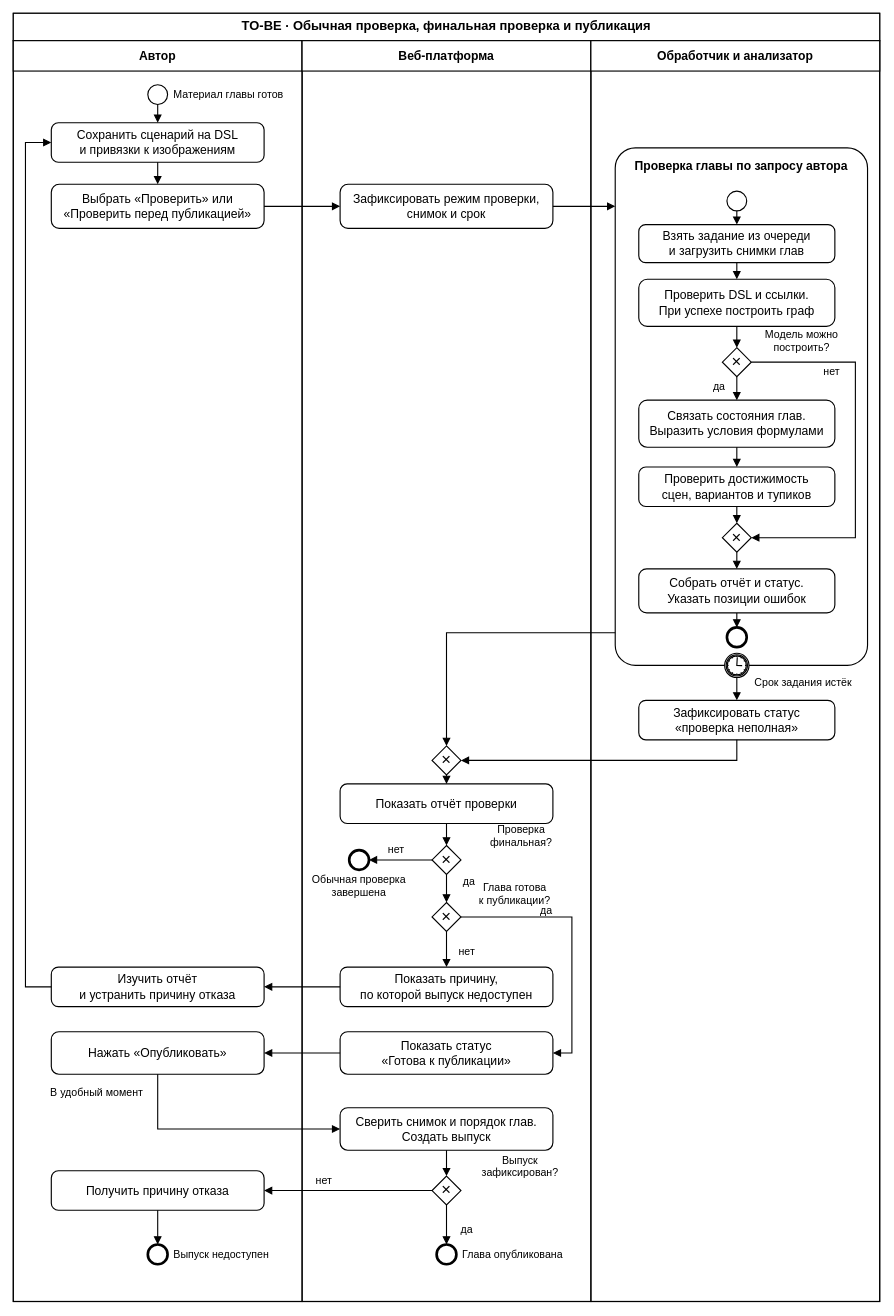
Earlier version of the draw.io diagram assets/to-be.drawio (paltovkletku/s7_vkr). Source tidied: cells renumbered, new cells numbered last; positions are measured from the earlier drawing's top-left corner, leaving out a move shared by most shapes. Both pictures are drawn from the tidied source at 76%, with x=0, y=0 at pixel (13, 13).
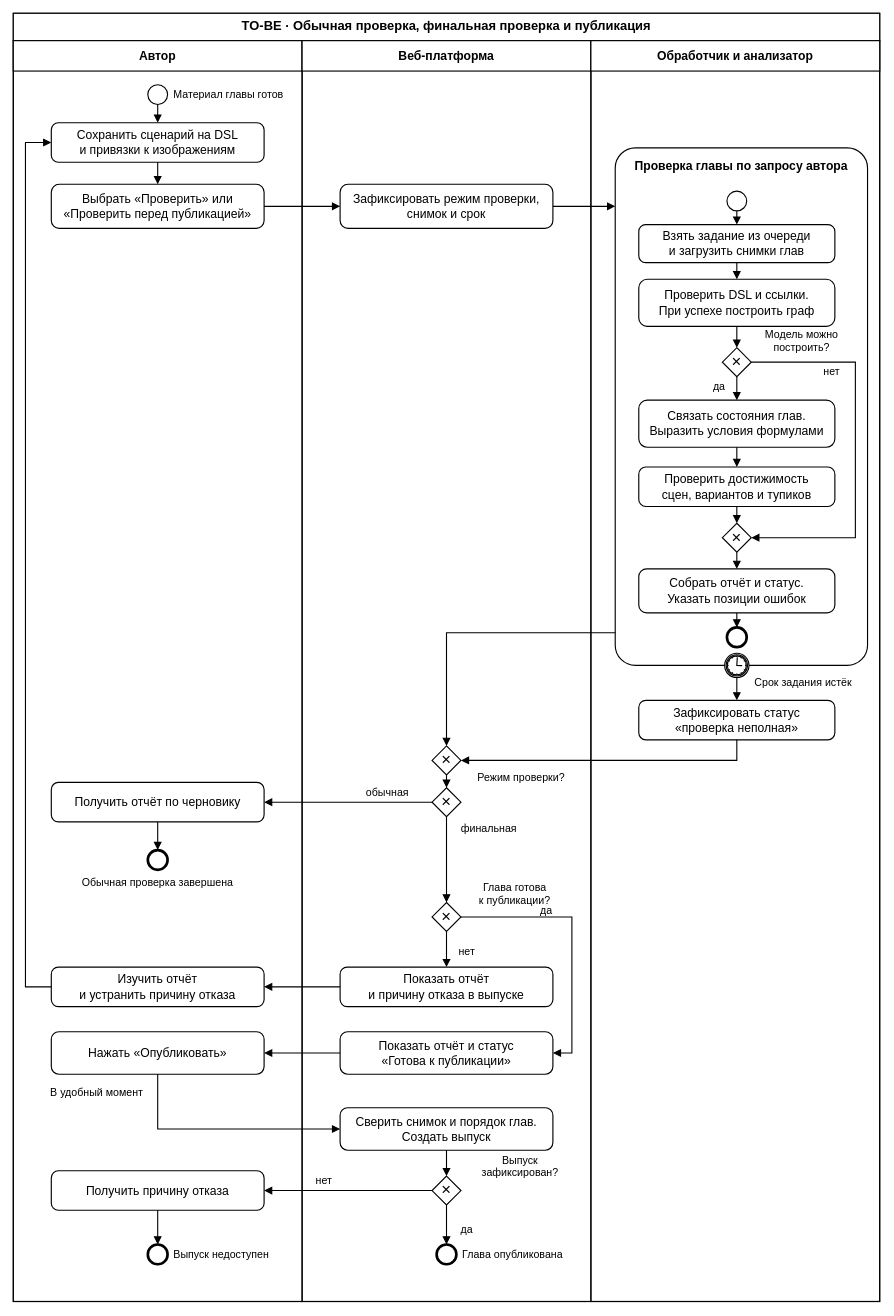
The same page after the edit.

Commit message (it also covers changes not shown here):
Показать получение отчёта автором на TO-BE

The change refers to these unchanged cells:
```xml
<mxCell id="32" value="×" style="html=1;whiteSpace=wrap;strokeWidth=1.5;fontSize=16;fontFamily=Arial;fontColor=#000000;strokeColor=#000000;fillColor=#ffffff;rhombus;perimeter=rhombusPerimeter;fontSize=22;" parent="1" vertex="1">
  <mxGeometry x="551" y="964" width="38" height="38" as="geometry" />
</mxCell>
```

What changed in the source:
```diff
@@
-    <mxCell id="33" value="Показать отчёт проверки" style="html=1;whiteSpace=wrap;strokeWidth=1.5;fontSize=16;fontFamily=Arial;fontColor=#000000;strokeColor=#000000;fillColor=#ffffff;rounded=1;arcSize=18;fontSize=16;spacing=4;" parent="1" vertex="1">
-      <mxGeometry x="430" y="1014" width="280" height="52" as="geometry" />
-    </mxCell>
     <mxCell id="34" value="×" style="html=1;whiteSpace=wrap;strokeWidth=1.5;fontSize=16;fontFamily=Arial;fontColor=#000000;strokeColor=#000000;fillColor=#ffffff;rhombus;perimeter=rhombusPerimeter;fontSize=22;" parent="1" vertex="1">
-      <mxGeometry x="551" y="1095" width="38" height="38" as="geometry" />
+      <mxGeometry x="551" y="1019" width="38" height="38" as="geometry" />
     </mxCell>
-    <mxCell id="35" value="Проверка финальная?" style="html=1;whiteSpace=wrap;strokeWidth=1.5;fontSize=16;fontFamily=Arial;fontColor=#000000;strokeColor=#000000;fillColor=#ffffff;text;strokeColor=none;fillColor=none;align=center;verticalAlign=middle;fontSize=14;" parent="1" vertex="1">
-      <mxGeometry x="594" y="1071" width="149" height="22" as="geometry" />
+    <mxCell id="35" value="Режим проверки?" style="html=1;whiteSpace=wrap;strokeWidth=1.5;fontSize=16;fontFamily=Arial;fontColor=#000000;strokeColor=#000000;fillColor=#ffffff;text;strokeColor=none;fillColor=none;align=center;verticalAlign=middle;fontSize=14;" parent="1" vertex="1">
+      <mxGeometry x="594" y="995" width="149" height="22" as="geometry" />
     </mxCell>
+    <mxCell id="89" value="Получить отчёт по черновику" style="html=1;whiteSpace=wrap;strokeWidth=1.5;fontSize=16;fontFamily=Arial;fontColor=#000000;strokeColor=#000000;fillColor=#ffffff;rounded=1;arcSize=18;fontSize=16;spacing=4;" parent="1" vertex="1">
+      <mxGeometry x="50" y="1012" width="280" height="52" as="geometry" />
+    </mxCell>
     <mxCell id="36" style="html=1;whiteSpace=wrap;strokeWidth=1.5;fontSize=16;fontFamily=Arial;fontColor=#000000;strokeColor=#000000;fillColor=#ffffff;ellipse;perimeter=ellipsePerimeter;strokeWidth=3.5;" parent="1" vertex="1">
-      <mxGeometry x="442" y="1101" width="26" height="26" as="geometry" />
+      <mxGeometry x="177" y="1101" width="26" height="26" as="geometry" />
     </mxCell>
-    <mxCell id="37" value="Обычная проверка&lt;br&gt;завершена" style="html=1;whiteSpace=wrap;strokeWidth=1.5;fontSize=16;fontFamily=Arial;fontColor=#000000;strokeColor=#000000;fillColor=#ffffff;text;strokeColor=none;fillColor=none;align=center;verticalAlign=middle;fontSize=14;" parent="1" vertex="1">
-      <mxGeometry x="384" y="1130" width="142" height="35" as="geometry" />
+    <mxCell id="37" value="Обычная проверка завершена" style="html=1;whiteSpace=wrap;strokeWidth=1.5;fontSize=16;fontFamily=Arial;fontColor=#000000;strokeColor=#000000;fillColor=#ffffff;text;strokeColor=none;fillColor=none;align=center;verticalAlign=middle;fontSize=14;" parent="1" vertex="1">
+      <mxGeometry x="65" y="1131" width="250" height="25" as="geometry" />
     </mxCell>
-    <mxCell id="38" value="нет" style="html=1;whiteSpace=wrap;strokeWidth=1.5;fontSize=16;fontFamily=Arial;fontColor=#000000;strokeColor=#000000;fillColor=#ffffff;text;strokeColor=none;fillColor=none;align=center;verticalAlign=middle;fontSize=14;" parent="1" vertex="1">
-      <mxGeometry x="478" y="1090" width="52" height="22" as="geometry" />
+    <mxCell id="38" value="обычная" style="html=1;whiteSpace=wrap;strokeWidth=1.5;fontSize=16;fontFamily=Arial;fontColor=#000000;strokeColor=#000000;fillColor=#ffffff;text;strokeColor=none;fillColor=none;align=center;verticalAlign=middle;fontSize=14;" parent="1" vertex="1">
+      <mxGeometry x="450" y="1014" width="85" height="22" as="geometry" />
     </mxCell>
-    <mxCell id="39" value="да" style="html=1;whiteSpace=wrap;strokeWidth=1.5;fontSize=16;fontFamily=Arial;fontColor=#000000;strokeColor=#000000;fillColor=#ffffff;text;strokeColor=none;fillColor=none;align=center;verticalAlign=middle;fontSize=14;" parent="1" vertex="1">
-      <mxGeometry x="581" y="1132" width="38" height="22" as="geometry" />
+    <mxCell id="39" value="финальная" style="html=1;whiteSpace=wrap;strokeWidth=1.5;fontSize=16;fontFamily=Arial;fontColor=#000000;strokeColor=#000000;fillColor=#ffffff;text;strokeColor=none;fillColor=none;align=center;verticalAlign=middle;fontSize=14;" parent="1" vertex="1">
+      <mxGeometry x="581" y="1062" width="90" height="22" as="geometry" />
     </mxCell>
@@
-    <mxCell id="42" value="Показать причину,&lt;br&gt;по которой выпуск недоступен" style="html=1;whiteSpace=wrap;strokeWidth=1.5;fontSize=16;fontFamily=Arial;fontColor=#000000;strokeColor=#000000;fillColor=#ffffff;rounded=1;arcSize=18;fontSize=16;spacing=4;" parent="1" vertex="1">
+    <mxCell id="42" value="Показать отчёт&lt;br&gt;и причину отказа в выпуске" style="html=1;whiteSpace=wrap;strokeWidth=1.5;fontSize=16;fontFamily=Arial;fontColor=#000000;strokeColor=#000000;fillColor=#ffffff;rounded=1;arcSize=18;fontSize=16;spacing=4;" parent="1" vertex="1">
       <mxGeometry x="430" y="1255" width="280" height="52" as="geometry" />
     </mxCell>
@@
-    <mxCell id="44" value="Показать статус&lt;br&gt;«Готова к публикации»" style="html=1;whiteSpace=wrap;strokeWidth=1.5;fontSize=16;fontFamily=Arial;fontColor=#000000;strokeColor=#000000;fillColor=#ffffff;rounded=1;arcSize=18;fontSize=16;spacing=4;" parent="1" vertex="1">
+    <mxCell id="44" value="Показать отчёт и статус&lt;br&gt;«Готова к публикации»" style="html=1;whiteSpace=wrap;strokeWidth=1.5;fontSize=16;fontFamily=Arial;fontColor=#000000;strokeColor=#000000;fillColor=#ffffff;rounded=1;arcSize=18;fontSize=16;spacing=4;" parent="1" vertex="1">
       <mxGeometry x="430" y="1340" width="280" height="56" as="geometry" />
     </mxCell>
@@
-    <mxCell id="71" style="edgeStyle=none;rounded=0;html=1;strokeColor=#000000;strokeWidth=1.45;endArrow=block;endFill=1;endSize=7;exitX=0.5;exitY=1;exitDx=0;exitDy=0;entryX=0.5;entryY=0;entryDx=0;entryDy=0;" parent="1" edge="1" source="32" target="33">
+    <mxCell id="71" style="edgeStyle=none;rounded=0;html=1;strokeColor=#000000;strokeWidth=1.45;endArrow=block;endFill=1;endSize=7;exitX=0.5;exitY=1;exitDx=0;exitDy=0;entryX=0.5;entryY=0;entryDx=0;entryDy=0;" parent="1" edge="1" source="32" target="34">
       <mxGeometry relative="1" as="geometry" />
     </mxCell>
-    <mxCell id="72" style="edgeStyle=none;rounded=0;html=1;strokeColor=#000000;strokeWidth=1.45;endArrow=block;endFill=1;endSize=7;exitX=0.5;exitY=1;exitDx=0;exitDy=0;entryX=0.5;entryY=0;entryDx=0;entryDy=0;" parent="1" edge="1" source="33" target="34">
+    <mxCell id="72" style="edgeStyle=none;rounded=0;html=1;strokeColor=#000000;strokeWidth=1.45;endArrow=block;endFill=1;endSize=7;exitX=0;exitY=0.5;exitDx=0;exitDy=0;entryX=1;entryY=0.5;entryDx=0;entryDy=0;" parent="1" edge="1" source="34" target="89">
       <mxGeometry relative="1" as="geometry" />
     </mxCell>
-    <mxCell id="73" style="edgeStyle=none;rounded=0;html=1;strokeColor=#000000;strokeWidth=1.45;endArrow=block;endFill=1;endSize=7;exitX=0;exitY=0.5;exitDx=0;exitDy=0;entryX=1;entryY=0.5;entryDx=0;entryDy=0;" parent="1" edge="1" source="34" target="36">
+    <mxCell id="73" style="edgeStyle=none;rounded=0;html=1;strokeColor=#000000;strokeWidth=1.45;endArrow=block;endFill=1;endSize=7;exitX=0.5;exitY=1;exitDx=0;exitDy=0;entryX=0.5;entryY=0;entryDx=0;entryDy=0;" parent="1" edge="1" source="89" target="36">
       <mxGeometry relative="1" as="geometry" />
     </mxCell>
```
